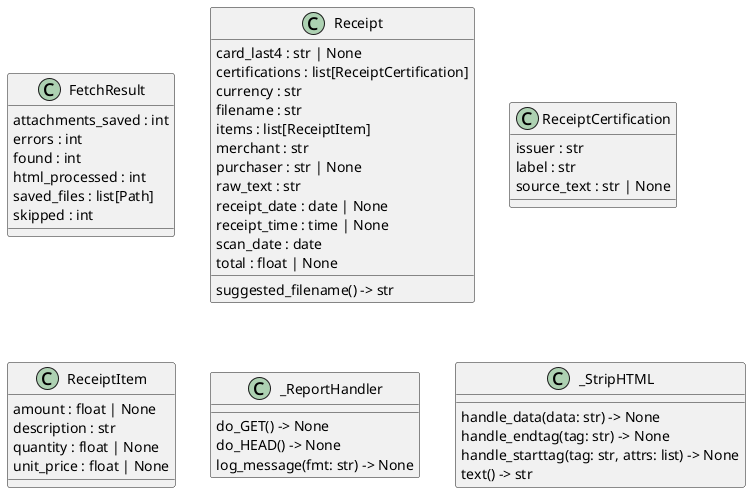
Before: docs/diagrams/python-classes.puml.png, a diagram exported from PlantUML (casonk/intake).
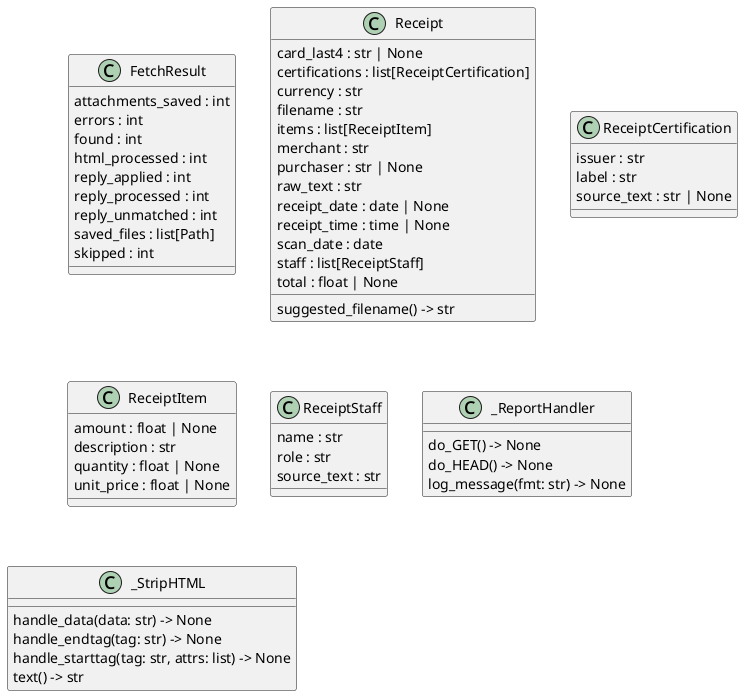
After the commit.

The edit, as a diff of the source:
```diff
@@ -5,6 +5,9 @@
   errors : int
   found : int
   html_processed : int
+  reply_applied : int
+  reply_processed : int
+  reply_unmatched : int
   saved_files : list[Path]
   skipped : int
 }
@@ -20,6 +23,7 @@
   receipt_date : date | None
   receipt_time : time | None
   scan_date : date
+  staff : list[ReceiptStaff]
   total : float | None
   suggested_filename() -> str
 }
@@ -34,6 +38,11 @@
   quantity : float | None
   unit_price : float | None
 }
+class "ReceiptStaff" as intake.staff.ReceiptStaff {
+  name : str
+  role : str
+  source_text : str
+}
 class "_ReportHandler" as intake.web._ReportHandler {
   do_GET() -> None
   do_HEAD() -> None
```
